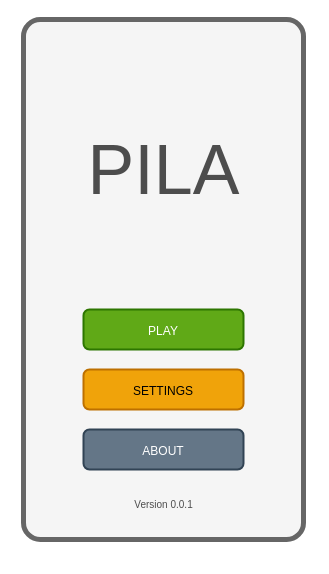
The draw.io diagram assets/.drawio/menu-screen.drawio in FOehlschlaeger/pila, before the edit. Source tidied: cells renumbered, new cells numbered last; positions are measured from the earlier drawing's top-left corner, leaving out a move shared by most shapes. Both pictures are drawn from the tidied source at 100%, with x=0, y=0 at pixel (21, 19).
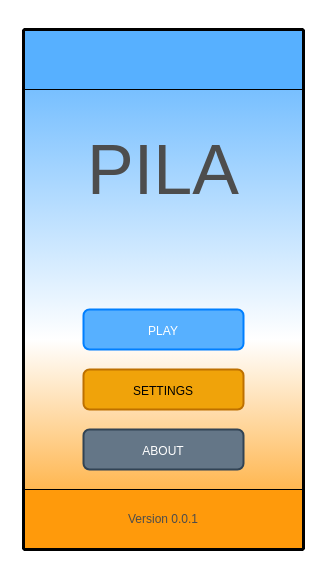
The same diagram, later.

The edit, as a diff of the source:
```diff
@@
 <mxGraphModel>
   <root>
     <mxCell id="0" />
     <mxCell id="1" parent="0" />
-    <mxCell id="2" style="rounded=1;whiteSpace=wrap;html=1;arcSize=6;strokeWidth=5;fillColor=#f5f5f5;strokeColor=#666666;fontColor=#333333;" parent="1" vertex="1">
-      <mxGeometry x="2" width="280" height="520" as="geometry" />
-    </mxCell>
+    <mxCell id="9" style="rounded=1;whiteSpace=wrap;html=1;arcSize=0;strokeWidth=5;fillColor=#FFFFFF;strokeColor=none;gradientColor=#57B0FF;glass=0;rotation=-180;" parent="1" vertex="1">
+      <mxGeometry x="2" y="10" width="280" height="310" as="geometry" />
+    </mxCell>
+    <mxCell id="10" style="rounded=0;whiteSpace=wrap;html=1;glass=0;strokeColor=#000000;fillColor=#57B0FF;gradientColor=none;" parent="1" vertex="1">
+      <mxGeometry x="2" y="10" width="280" height="60" as="geometry" />
+    </mxCell>
+    <mxCell id="11" style="rounded=1;whiteSpace=wrap;html=1;arcSize=0;strokeWidth=5;fillColor=#FFFFFF;strokeColor=none;gradientColor=#FF9A0B;glass=0;rotation=0;" parent="1" vertex="1">
+      <mxGeometry x="2" y="320" width="280" height="210" as="geometry" />
+    </mxCell>
+    <mxCell id="12" style="rounded=0;whiteSpace=wrap;html=1;glass=0;strokeColor=#000000;fillColor=#FF9A0B;gradientColor=none;" parent="1" vertex="1">
+      <mxGeometry x="2" y="470" width="280" height="60" as="geometry" />
+    </mxCell>
+    <mxCell id="13" style="endArrow=none;html=1;exitX=0;exitY=1;exitDx=0;exitDy=0;entryX=0;entryY=0;entryDx=0;entryDy=0;strokeWidth=3;" parent="1" edge="1" source="12" target="10">
+      <mxGeometry relative="1" as="geometry" />
+    </mxCell>
+    <mxCell id="14" style="endArrow=none;html=1;exitX=1;exitY=1;exitDx=0;exitDy=0;entryX=1;entryY=0;entryDx=0;entryDy=0;strokeWidth=3;" parent="1" edge="1" source="12" target="10">
+      <mxGeometry relative="1" as="geometry" />
+    </mxCell>
+    <mxCell id="15" style="endArrow=none;html=1;entryX=1;entryY=1;entryDx=0;entryDy=0;strokeWidth=3;" parent="1" edge="1" target="12">
+      <mxGeometry relative="1" as="geometry">
+        <mxPoint x="2" y="530" as="sourcePoint" />
+      </mxGeometry>
+    </mxCell>
+    <mxCell id="16" style="endArrow=none;html=1;strokeWidth=3;" parent="1" edge="1">
+      <mxGeometry relative="1" as="geometry">
+        <mxPoint x="282" y="10" as="sourcePoint" />
+        <mxPoint x="2" y="10" as="targetPoint" />
+      </mxGeometry>
+    </mxCell>
     <mxCell id="3" parent="0" />
-    <mxCell id="4" value="&lt;font style=&quot;font-size: 12px;&quot;&gt;PLAY&lt;/font&gt;" style="rounded=1;whiteSpace=wrap;html=1;fontSize=16;fillColor=#60a917;strokeColor=#2D7600;strokeWidth=2;fontColor=#ffffff;" parent="3" vertex="1">
+    <mxCell id="4" value="&lt;font style=&quot;font-size: 12px;&quot;&gt;PLAY&lt;/font&gt;" style="rounded=1;whiteSpace=wrap;html=1;fontSize=16;fillColor=#57B0FF;strokeColor=#007FFF;strokeWidth=2;fontColor=#ffffff;" parent="3" vertex="1">
       <mxGeometry x="62" y="290" width="160" height="40" as="geometry" />
     </mxCell>
     <mxCell id="5" value="&lt;font style=&quot;font-size: 12px;&quot;&gt;SETTINGS&lt;/font&gt;" style="rounded=1;whiteSpace=wrap;html=1;fontSize=16;fillColor=#f0a30a;strokeColor=#BD7000;strokeWidth=2;fontColor=#000000;" parent="3" vertex="1">
       <mxGeometry x="62" y="350" width="160" height="40" as="geometry" />
     </mxCell>
     <mxCell id="6" value="&lt;font style=&quot;font-size: 12px;&quot;&gt;ABOUT&lt;/font&gt;" style="rounded=1;whiteSpace=wrap;html=1;fontSize=16;fillColor=#647687;strokeColor=#314354;strokeWidth=2;fontColor=#ffffff;" parent="3" vertex="1">
       <mxGeometry x="62" y="410" width="160" height="40" as="geometry" />
     </mxCell>
     <mxCell id="7" value="&lt;font color=&quot;#4d4d4d&quot; style=&quot;font-size: 70px;&quot;&gt;PILA&lt;/font&gt;" style="text;html=1;strokeColor=none;fillColor=none;align=center;verticalAlign=middle;whiteSpace=wrap;rounded=0;shadow=1;glass=0;" parent="3" vertex="1">
-      <mxGeometry x="-0.5" y="80" width="285" height="140" as="geometry" />
+      <mxGeometry x="2" y="70" width="280" height="160" as="geometry" />
     </mxCell>
-    <mxCell id="8" value="&lt;font color=&quot;#4d4d4d&quot; style=&quot;font-size: 10px;&quot;&gt;Version 0.0.1&lt;/font&gt;" style="text;html=1;strokeColor=none;fillColor=none;align=center;verticalAlign=middle;whiteSpace=wrap;rounded=0;shadow=1;glass=0;" parent="3" vertex="1">
-      <mxGeometry x="-0.5" y="450" width="285" height="70" as="geometry" />
+    <mxCell id="8" value="&lt;font color=&quot;#4d4d4d&quot; style=&quot;font-size: 12px;&quot;&gt;Version 0.0.1&lt;/font&gt;" style="text;html=1;strokeColor=none;fillColor=none;align=center;verticalAlign=middle;whiteSpace=wrap;rounded=0;shadow=1;glass=0;" parent="3" vertex="1">
+      <mxGeometry x="2" y="470" width="280" height="60" as="geometry" />
     </mxCell>
   </root>
 </mxGraphModel>
```
